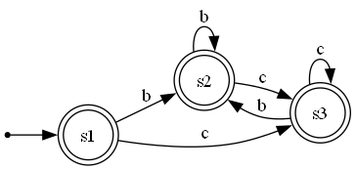
sauravatgithub-web/REGEX-to-Automata keeps this Graphviz diagram as diagrams/dfa.png. Above is the earlier version. Its source is kept beside it as dots/dfa.dot. The source it was exported from:
```dot
digraph Automaton {
    rankdir=LR;
    node [shape=circle];

    __start__ [shape=point];
    __start__ -> s1;
    s1 [shape=doublecircle];
    s2 [shape=doublecircle];
    s3 [shape=doublecircle];
    s1 -> s2 [label="b"];
    s1 -> s3 [label="c"];
    s2 -> s2 [label="b"];
    s2 -> s3 [label="c"];
    s3 -> s2 [label="b"];
    s3 -> s3 [label="c"];
}
```
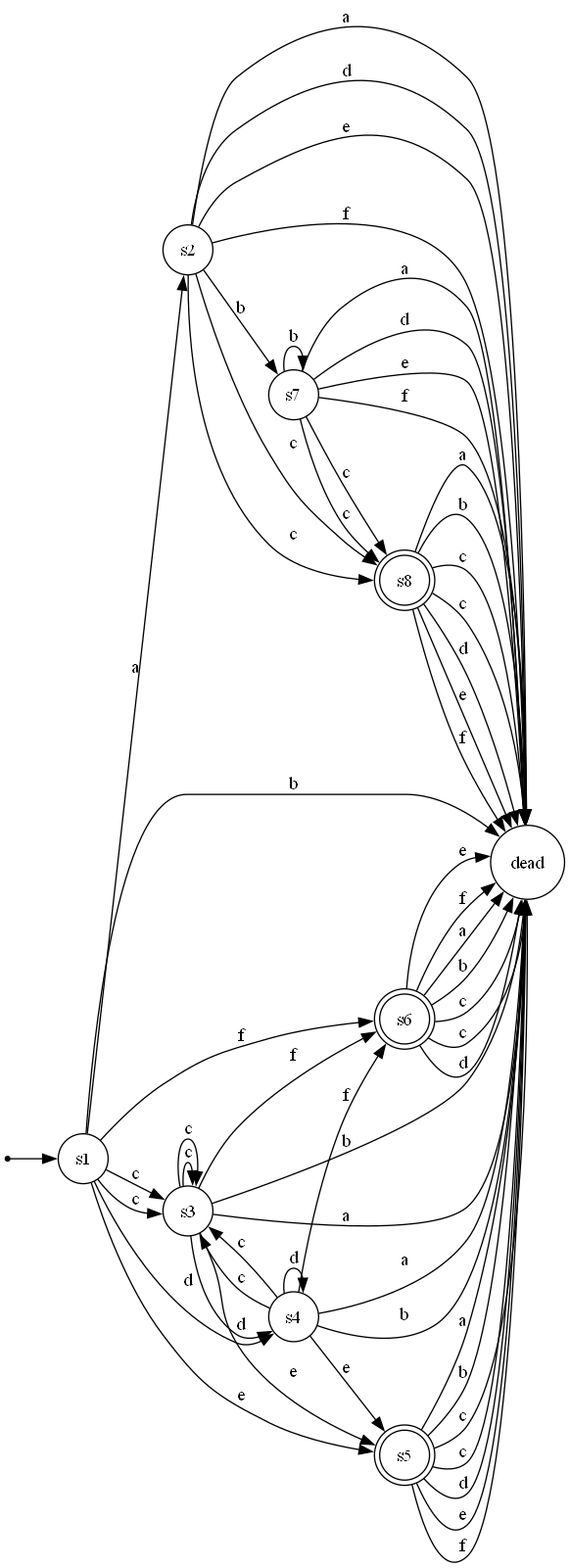
Above is the later version.

What changed in the source:
```diff
@@ -4,13 +4,64 @@
 
     __start__ [shape=point];
     __start__ -> s1;
-    s1 [shape=doublecircle];
-    s2 [shape=doublecircle];
-    s3 [shape=doublecircle];
-    s1 -> s2 [label="b"];
+    s8 [shape=doublecircle];
+    s5 [shape=doublecircle];
+    s6 [shape=doublecircle];
+    s1 -> s2 [label="a"];
+    s1 -> s_dead [label="b"];
     s1 -> s3 [label="c"];
-    s2 -> s2 [label="b"];
-    s2 -> s3 [label="c"];
-    s3 -> s2 [label="b"];
+    s1 -> s3 [label="c"];
+    s1 -> s4 [label="d"];
+    s1 -> s5 [label="e"];
+    s1 -> s6 [label="f"];
+    s2 -> s_dead [label="a"];
+    s2 -> s7 [label="b"];
+    s2 -> s8 [label="c"];
+    s2 -> s8 [label="c"];
+    s2 -> s_dead [label="d"];
+    s2 -> s_dead [label="e"];
+    s2 -> s_dead [label="f"];
+    s3 -> s_dead [label="a"];
+    s3 -> s_dead [label="b"];
     s3 -> s3 [label="c"];
+    s3 -> s3 [label="c"];
+    s3 -> s4 [label="d"];
+    s3 -> s5 [label="e"];
+    s3 -> s6 [label="f"];
+    s4 -> s_dead [label="a"];
+    s4 -> s_dead [label="b"];
+    s4 -> s3 [label="c"];
+    s4 -> s3 [label="c"];
+    s4 -> s4 [label="d"];
+    s4 -> s5 [label="e"];
+    s4 -> s6 [label="f"];
+    s5 -> s_dead [label="a"];
+    s5 -> s_dead [label="b"];
+    s5 -> s_dead [label="c"];
+    s5 -> s_dead [label="c"];
+    s5 -> s_dead [label="d"];
+    s5 -> s_dead [label="e"];
+    s5 -> s_dead [label="f"];
+    s6 -> s_dead [label="a"];
+    s6 -> s_dead [label="b"];
+    s6 -> s_dead [label="c"];
+    s6 -> s_dead [label="c"];
+    s6 -> s_dead [label="d"];
+    s6 -> s_dead [label="e"];
+    s6 -> s_dead [label="f"];
+    s7 -> s_dead [label="a"];
+    s7 -> s7 [label="b"];
+    s7 -> s8 [label="c"];
+    s7 -> s8 [label="c"];
+    s7 -> s_dead [label="d"];
+    s7 -> s_dead [label="e"];
+    s7 -> s_dead [label="f"];
+    s8 -> s_dead [label="a"];
+    s8 -> s_dead [label="b"];
+    s8 -> s_dead [label="c"];
+    s8 -> s_dead [label="c"];
+    s8 -> s_dead [label="d"];
+    s8 -> s_dead [label="e"];
+    s8 -> s_dead [label="f"];
+    s_dead [label="dead"];
 }
```
